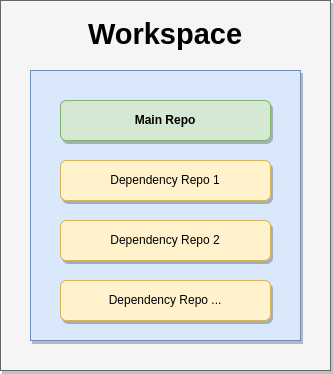
Earlier version of the draw.io export docs/images/workspace.png (c0fec0de/git-ws). Source tidied: cells renumbered, new cells last; positions are measured from the earlier drawing's top-left corner, leaving out a move shared by most shapes. The source it was exported from:
```xml
<mxGraphModel>
  <root>
    <mxCell id="0" />
    <mxCell id="1" parent="0" />
    <mxCell id="2" style="rounded=0;whiteSpace=wrap;html=1;fillColor=#f5f5f5;fontColor=#333333;strokeColor=#666666;shadow=1;" parent="1" vertex="1">
      <mxGeometry width="330" height="370" as="geometry" />
    </mxCell>
    <mxCell id="3" value="&lt;h1&gt;&lt;font style=&quot;font-size: 29px;&quot;&gt;Workspace&lt;/font&gt;&lt;/h1&gt;" style="whiteSpace=wrap;html=1;align=center;imageVerticalAlign=middle;direction=east;labelPosition=center;verticalLabelPosition=top;verticalAlign=bottom;fillColor=#dae8fc;strokeColor=#6c8ebf;movableLabel=1;shadow=1;" parent="1" vertex="1">
      <mxGeometry x="30" y="70" width="270" height="270" as="geometry" />
    </mxCell>
    <mxCell id="4" value="Main Repo" style="rounded=1;whiteSpace=wrap;html=1;fillColor=#d5e8d4;strokeColor=#82b366;fontStyle=1;shadow=1;" parent="1" vertex="1">
      <mxGeometry x="60" y="100" width="210" height="40" as="geometry" />
    </mxCell>
    <mxCell id="5" value="Dependency Repo 1" style="rounded=1;whiteSpace=wrap;html=1;fillColor=#fff2cc;strokeColor=#d6b656;shadow=1;" parent="1" vertex="1">
      <mxGeometry x="60" y="160" width="210" height="40" as="geometry" />
    </mxCell>
    <mxCell id="6" value="Dependency Repo 2" style="rounded=1;whiteSpace=wrap;html=1;fillColor=#fff2cc;strokeColor=#d6b656;shadow=1;" parent="1" vertex="1">
      <mxGeometry x="60" y="220" width="210" height="40" as="geometry" />
    </mxCell>
    <mxCell id="7" value="Dependency Repo ..." style="rounded=1;whiteSpace=wrap;html=1;fillColor=#fff2cc;strokeColor=#d6b656;shadow=1;" parent="1" vertex="1">
      <mxGeometry x="60" y="280" width="210" height="40" as="geometry" />
    </mxCell>
  </root>
</mxGraphModel>
```
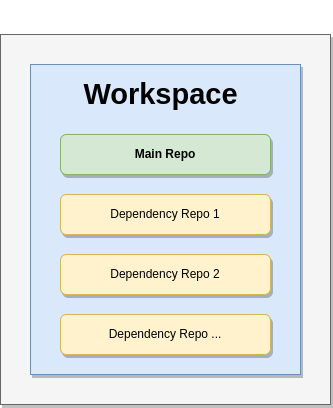
Later version of the same file.

Commit message:
Clarify workspace in drawing.

The edit, as a diff of the source:
```diff
@@ -5,8 +5,8 @@
     <mxCell id="2" style="rounded=0;whiteSpace=wrap;html=1;fillColor=#f5f5f5;fontColor=#333333;strokeColor=#666666;shadow=1;" parent="1" vertex="1">
       <mxGeometry width="330" height="370" as="geometry" />
     </mxCell>
-    <mxCell id="3" value="&lt;h1&gt;&lt;font style=&quot;font-size: 29px;&quot;&gt;Workspace&lt;/font&gt;&lt;/h1&gt;" style="whiteSpace=wrap;html=1;align=center;imageVerticalAlign=middle;direction=east;labelPosition=center;verticalLabelPosition=top;verticalAlign=bottom;fillColor=#dae8fc;strokeColor=#6c8ebf;movableLabel=1;shadow=1;" parent="1" vertex="1">
-      <mxGeometry x="30" y="70" width="270" height="270" as="geometry" />
+    <mxCell id="3" value="&lt;h1&gt;&lt;br&gt;&lt;/h1&gt;" style="whiteSpace=wrap;html=1;align=center;imageVerticalAlign=middle;direction=east;labelPosition=center;verticalLabelPosition=top;verticalAlign=bottom;fillColor=#dae8fc;strokeColor=#6c8ebf;movableLabel=1;shadow=1;" parent="1" vertex="1">
+      <mxGeometry x="30" y="30" width="270" height="310" as="geometry" />
     </mxCell>
     <mxCell id="4" value="Main Repo" style="rounded=1;whiteSpace=wrap;html=1;fillColor=#d5e8d4;strokeColor=#82b366;fontStyle=1;shadow=1;" parent="1" vertex="1">
       <mxGeometry x="60" y="100" width="210" height="40" as="geometry" />
@@ -20,5 +20,8 @@
     <mxCell id="7" value="Dependency Repo ..." style="rounded=1;whiteSpace=wrap;html=1;fillColor=#fff2cc;strokeColor=#d6b656;shadow=1;" parent="1" vertex="1">
       <mxGeometry x="60" y="280" width="210" height="40" as="geometry" />
     </mxCell>
+    <mxCell id="8" value="&lt;h1 style=&quot;&quot;&gt;&lt;font style=&quot;font-size: 29px;&quot;&gt;Workspace&lt;/font&gt;&lt;/h1&gt;" style="text;html=1;align=center;verticalAlign=middle;fillColor=none;strokeColor=none;rounded=0;" parent="1" vertex="1">
+      <mxGeometry x="70" y="20" width="180" height="80" as="geometry" />
+    </mxCell>
   </root>
 </mxGraphModel>
```
